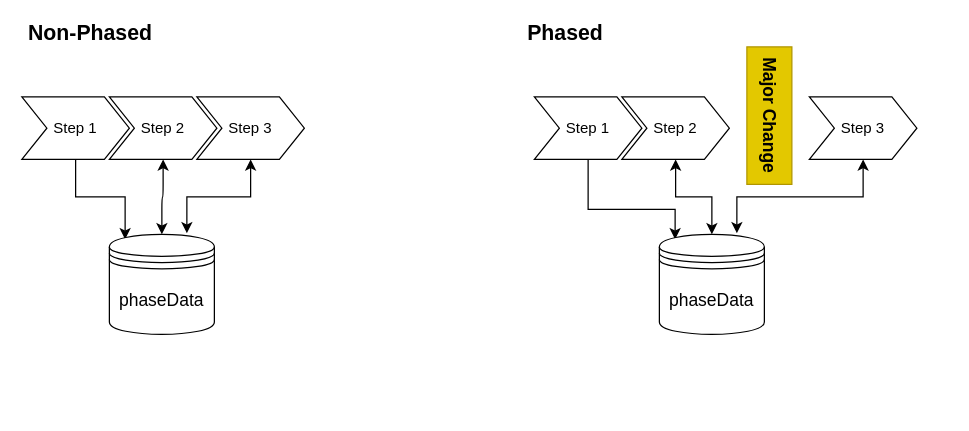
adobe/phased-testing keeps this draw.io diagram as page "General-Process" (9 of 9) of diagrams/PhasedDiagrams.drawio. Above is the earlier version. Source tidied: cells renumbered, new cells numbered last; positions are measured from the earlier drawing's top-left corner, leaving out a move shared by most shapes. Both pictures are drawn from the tidied source at 125%, with x=0, y=0 at pixel (21, 21).
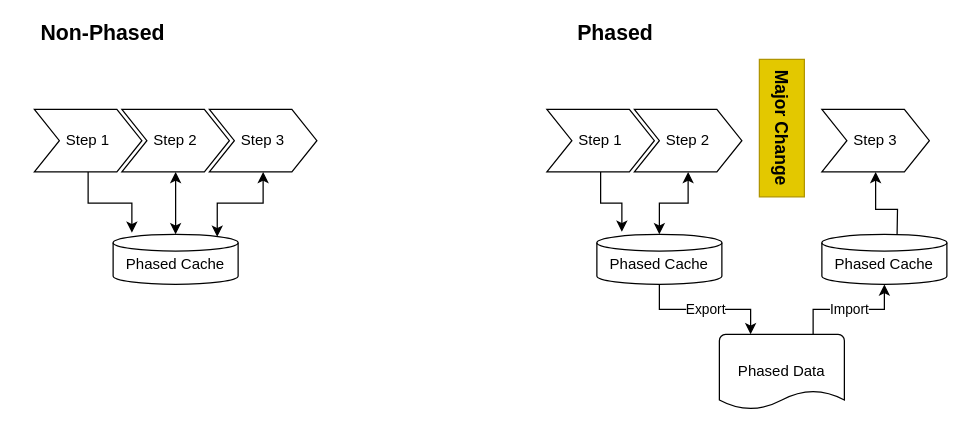
The same diagram, later.

Change to the diagram source:
```diff
@@
-    <mxCell id="2" style="edgeStyle=orthogonalEdgeStyle;rounded=0;jettySize=auto;html=1;exitX=0.5;exitY=1;exitDx=0;exitDy=0;entryX=0.15;entryY=0.05;entryDx=0;entryDy=0;entryPerimeter=0;fontSize=14;" parent="1" edge="1" source="3" target="8">
-      <mxGeometry relative="1" as="geometry" />
-    </mxCell>
-    <mxCell id="3" value="Step 1" style="shape=step;perimeter=stepPerimeter;whiteSpace=wrap;html=1;fixedSize=1;fontSize=12;fontStyle=0;" parent="1" vertex="1">
-      <mxGeometry y="60" width="86" height="50" as="geometry" />
-    </mxCell>
-    <mxCell id="4" value="Step 2" style="shape=step;perimeter=stepPerimeter;whiteSpace=wrap;html=1;fixedSize=1;fontSize=12;fontStyle=0;" parent="1" vertex="1">
-      <mxGeometry x="70" y="60" width="86" height="50" as="geometry" />
-    </mxCell>
-    <mxCell id="5" style="edgeStyle=orthogonalEdgeStyle;rounded=0;jettySize=auto;html=1;exitX=0.5;exitY=1;exitDx=0;exitDy=0;entryX=0.738;entryY=-0.012;entryDx=0;entryDy=0;entryPerimeter=0;fontSize=14;startArrow=classic;startFill=1;" parent="1" edge="1" source="6" target="8">
-      <mxGeometry relative="1" as="geometry" />
-    </mxCell>
-    <mxCell id="6" value="Step 3" style="shape=step;perimeter=stepPerimeter;whiteSpace=wrap;html=1;fixedSize=1;fontSize=12;fontStyle=0;" parent="1" vertex="1">
-      <mxGeometry x="140" y="60" width="86" height="50" as="geometry" />
-    </mxCell>
     <mxCell id="7" value="Non-Phased" style="text;html=1;strokeColor=none;fillColor=none;align=center;verticalAlign=middle;whiteSpace=wrap;rounded=0;fontSize=17;fontStyle=1;" parent="1" vertex="1">
-      <mxGeometry width="110" height="20" as="geometry" />
+      <mxGeometry x="10" width="110" height="20" as="geometry" />
     </mxCell>
-    <mxCell id="8" value="phaseData" style="shape=datastore;whiteSpace=wrap;html=1;fontSize=14;verticalAlign=middle;" parent="1" vertex="1">
-      <mxGeometry x="70" y="170" width="84" height="80" as="geometry" />
-    </mxCell>
-    <mxCell id="9" style="endArrow=classic;startArrow=classic;html=1;fontSize=14;entryX=0.5;entryY=1;entryDx=0;entryDy=0;exitX=0.5;exitY=0;exitDx=0;exitDy=0;edgeStyle=orthogonalEdgeStyle;" parent="1" edge="1" source="8" target="4">
-      <mxGeometry relative="1" as="geometry" />
-    </mxCell>
-    <mxCell id="10" style="edgeStyle=orthogonalEdgeStyle;rounded=0;jettySize=auto;html=1;exitX=0.5;exitY=1;exitDx=0;exitDy=0;entryX=0.15;entryY=0.05;entryDx=0;entryDy=0;entryPerimeter=0;fontSize=14;" parent="1" edge="1" source="11" target="17">
-      <mxGeometry relative="1" as="geometry">
-        <Array as="points">
-          <mxPoint x="453" y="150" />
-          <mxPoint x="523" y="150" />
-        </Array>
-      </mxGeometry>
-    </mxCell>
-    <mxCell id="11" value="Step 1" style="shape=step;perimeter=stepPerimeter;whiteSpace=wrap;html=1;fixedSize=1;fontSize=12;fontStyle=0;" parent="1" vertex="1">
-      <mxGeometry x="410" y="60" width="86" height="50" as="geometry" />
-    </mxCell>
-    <mxCell id="12" style="edgeStyle=orthogonalEdgeStyle;rounded=0;jettySize=auto;html=1;exitX=0.5;exitY=1;exitDx=0;exitDy=0;entryX=0.5;entryY=0;entryDx=0;entryDy=0;fontSize=17;startArrow=classic;startFill=1;" parent="1" edge="1" source="13" target="17">
-      <mxGeometry relative="1" as="geometry" />
-    </mxCell>
-    <mxCell id="13" value="Step 2" style="shape=step;perimeter=stepPerimeter;whiteSpace=wrap;html=1;fixedSize=1;fontSize=12;fontStyle=0;" parent="1" vertex="1">
-      <mxGeometry x="480" y="60" width="86" height="50" as="geometry" />
-    </mxCell>
-    <mxCell id="14" style="edgeStyle=orthogonalEdgeStyle;rounded=0;jettySize=auto;html=1;exitX=0.5;exitY=1;exitDx=0;exitDy=0;entryX=0.738;entryY=-0.012;entryDx=0;entryDy=0;entryPerimeter=0;fontSize=14;startArrow=classic;startFill=1;" parent="1" edge="1" source="15" target="17">
-      <mxGeometry relative="1" as="geometry" />
-    </mxCell>
-    <mxCell id="15" value="Step 3" style="shape=step;perimeter=stepPerimeter;whiteSpace=wrap;html=1;fixedSize=1;fontSize=12;fontStyle=0;" parent="1" vertex="1">
-      <mxGeometry x="630" y="60" width="86" height="50" as="geometry" />
-    </mxCell>
     <mxCell id="16" value="Phased" style="text;html=1;strokeColor=none;fillColor=none;align=center;verticalAlign=middle;whiteSpace=wrap;rounded=0;fontSize=17;fontStyle=1;" parent="1" vertex="1">
-      <mxGeometry x="380" width="110" height="20" as="geometry" />
+      <mxGeometry x="420" width="110" height="20" as="geometry" />
     </mxCell>
-    <mxCell id="17" value="phaseData" style="shape=datastore;whiteSpace=wrap;html=1;fontSize=14;verticalAlign=middle;" parent="1" vertex="1">
-      <mxGeometry x="510" y="170" width="84" height="80" as="geometry" />
-    </mxCell>
+    <mxCell id="19" style="edgeStyle=orthogonalEdgeStyle;rounded=0;jettySize=auto;html=1;exitX=0.5;exitY=1;exitDx=0;exitDy=0;entryX=0.2;entryY=-0.05;entryDx=0;entryDy=0;entryPerimeter=0;" parent="1" edge="1" source="20" target="33">
+      <mxGeometry relative="1" as="geometry" />
+    </mxCell>
+    <mxCell id="20" value="Step 1" style="shape=step;perimeter=stepPerimeter;whiteSpace=wrap;html=1;fixedSize=1;fontSize=12;fontStyle=0;" parent="1" vertex="1">
+      <mxGeometry x="420" y="70" width="86" height="50" as="geometry" />
+    </mxCell>
+    <mxCell id="21" style="edgeStyle=orthogonalEdgeStyle;rounded=0;jettySize=auto;html=1;exitX=0.5;exitY=1;exitDx=0;exitDy=0;entryX=0.5;entryY=0;entryDx=0;entryDy=0;fontSize=17;startArrow=classic;startFill=1;entryPerimeter=0;" parent="1" edge="1" source="22" target="33">
+      <mxGeometry relative="1" as="geometry" />
+    </mxCell>
+    <mxCell id="22" value="Step 2" style="shape=step;perimeter=stepPerimeter;whiteSpace=wrap;html=1;fixedSize=1;fontSize=12;fontStyle=0;" parent="1" vertex="1">
+      <mxGeometry x="490" y="70" width="86" height="50" as="geometry" />
+    </mxCell>
+    <mxCell id="23" style="edgeStyle=orthogonalEdgeStyle;rounded=0;jettySize=auto;html=1;exitX=0.5;exitY=1;exitDx=0;exitDy=0;fontSize=14;startArrow=classic;startFill=1;" parent="1" edge="1" source="24">
+      <mxGeometry relative="1" as="geometry">
+        <mxPoint x="700" y="180" as="targetPoint" />
+      </mxGeometry>
+    </mxCell>
+    <mxCell id="24" value="Step 3" style="shape=step;perimeter=stepPerimeter;whiteSpace=wrap;html=1;fixedSize=1;fontSize=12;fontStyle=0;" parent="1" vertex="1">
+      <mxGeometry x="640" y="70" width="86" height="50" as="geometry" />
+    </mxCell>
     <mxCell id="18" value="&lt;b style=&quot;font-size: 14px;&quot;&gt;Major Change&lt;/b&gt;" style="rounded=0;whiteSpace=wrap;html=1;fillColor=#e3c800;strokeColor=#B09500;fontColor=#000000;horizontal=0;rotation=-180;fontSize=14;" parent="1" vertex="1">
-      <mxGeometry x="580" y="20" width="36" height="110" as="geometry" />
+      <mxGeometry x="590" y="30" width="36" height="110" as="geometry" />
     </mxCell>
+    <mxCell id="25" style="edgeStyle=orthogonalEdgeStyle;rounded=0;jettySize=auto;html=1;exitX=0.5;exitY=1;exitDx=0;exitDy=0;fontSize=14;entryX=0.15;entryY=-0.033;entryDx=0;entryDy=0;entryPerimeter=0;" parent="1" edge="1" source="26" target="31">
+      <mxGeometry relative="1" as="geometry" />
+    </mxCell>
+    <mxCell id="26" value="Step 1" style="shape=step;perimeter=stepPerimeter;whiteSpace=wrap;html=1;fixedSize=1;fontSize=12;fontStyle=0;" parent="1" vertex="1">
+      <mxGeometry x="10" y="70" width="86" height="50" as="geometry" />
+    </mxCell>
+    <mxCell id="27" value="Step 2" style="shape=step;perimeter=stepPerimeter;whiteSpace=wrap;html=1;fixedSize=1;fontSize=12;fontStyle=0;" parent="1" vertex="1">
+      <mxGeometry x="80" y="70" width="86" height="50" as="geometry" />
+    </mxCell>
+    <mxCell id="28" style="edgeStyle=orthogonalEdgeStyle;rounded=0;jettySize=auto;html=1;exitX=0.5;exitY=1;exitDx=0;exitDy=0;fontSize=14;startArrow=classic;startFill=1;entryX=0.833;entryY=0.05;entryDx=0;entryDy=0;entryPerimeter=0;" parent="1" edge="1" source="29" target="31">
+      <mxGeometry relative="1" as="geometry" />
+    </mxCell>
+    <mxCell id="29" value="Step 3" style="shape=step;perimeter=stepPerimeter;whiteSpace=wrap;html=1;fixedSize=1;fontSize=12;fontStyle=0;" parent="1" vertex="1">
+      <mxGeometry x="150" y="70" width="86" height="50" as="geometry" />
+    </mxCell>
+    <mxCell id="30" style="endArrow=classic;startArrow=classic;html=1;fontSize=14;entryX=0.5;entryY=1;entryDx=0;entryDy=0;edgeStyle=orthogonalEdgeStyle;exitX=0.5;exitY=0;exitDx=0;exitDy=0;exitPerimeter=0;" parent="1" edge="1" source="31" target="27">
+      <mxGeometry relative="1" as="geometry" />
+    </mxCell>
+    <mxCell id="31" value="Phased Cache" style="strokeWidth=1;html=1;shape=mxgraph.flowchart.database;whiteSpace=wrap;verticalAlign=middle;spacingTop=8;" parent="1" vertex="1">
+      <mxGeometry x="73" y="170" width="100" height="40" as="geometry" />
+    </mxCell>
+    <mxCell id="32" value="Export" style="edgeStyle=orthogonalEdgeStyle;rounded=0;jettySize=auto;html=1;exitX=0.5;exitY=1;exitDx=0;exitDy=0;exitPerimeter=0;entryX=0.25;entryY=0;entryDx=0;entryDy=0;entryPerimeter=0;" parent="1" edge="1" source="33" target="36">
+      <mxGeometry relative="1" as="geometry" />
+    </mxCell>
+    <mxCell id="33" value="Phased Cache" style="strokeWidth=1;html=1;shape=mxgraph.flowchart.database;whiteSpace=wrap;verticalAlign=middle;spacingTop=8;" parent="1" vertex="1">
+      <mxGeometry x="460" y="170" width="100" height="40" as="geometry" />
+    </mxCell>
+    <mxCell id="34" value="Phased Cache" style="strokeWidth=1;html=1;shape=mxgraph.flowchart.database;whiteSpace=wrap;verticalAlign=middle;spacingTop=8;" parent="1" vertex="1">
+      <mxGeometry x="640" y="170" width="100" height="40" as="geometry" />
+    </mxCell>
+    <mxCell id="35" value="Import" style="edgeStyle=orthogonalEdgeStyle;rounded=0;jettySize=auto;html=1;exitX=0.75;exitY=0;exitDx=0;exitDy=0;exitPerimeter=0;entryX=0.5;entryY=1;entryDx=0;entryDy=0;entryPerimeter=0;" parent="1" edge="1" source="36" target="34">
+      <mxGeometry relative="1" as="geometry" />
+    </mxCell>
+    <mxCell id="36" value="Phased Data" style="strokeWidth=1;html=1;shape=mxgraph.flowchart.document2;whiteSpace=wrap;size=0.25;" parent="1" vertex="1">
+      <mxGeometry x="558" y="250" width="100" height="60" as="geometry" />
+    </mxCell>
```
